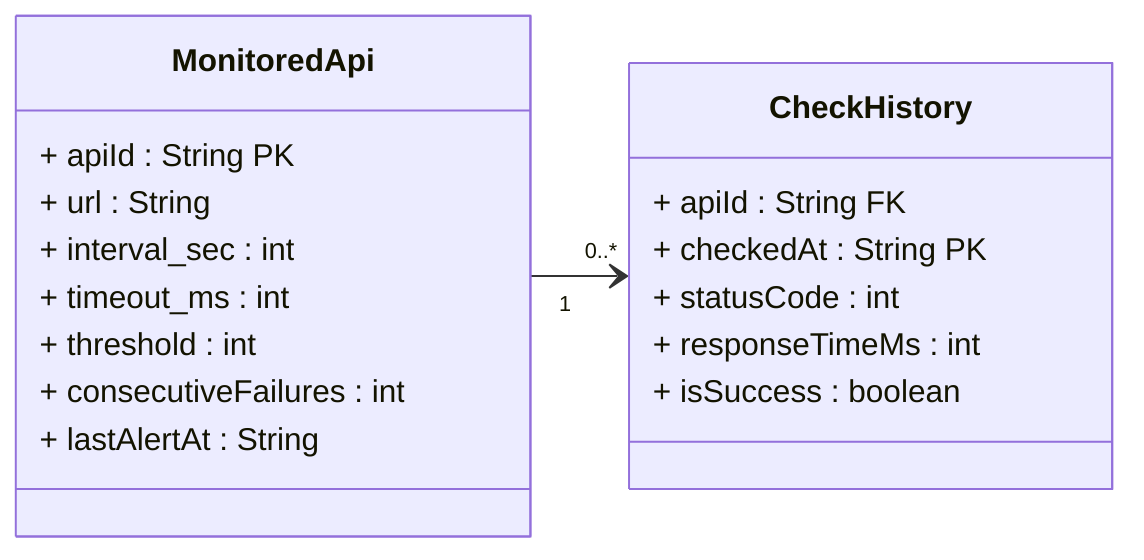
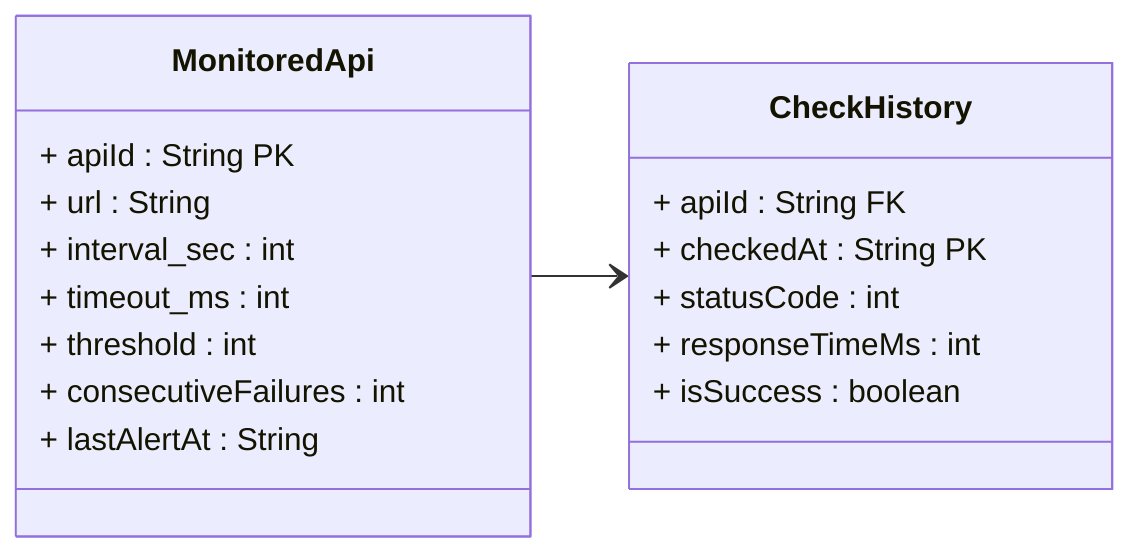
classDiagram
    direction LR

    class MonitoredApi {
        + apiId : String PK
        + url : String
        + interval_sec : int
        + timeout_ms : int
        + threshold : int
        + consecutiveFailures : int
        + lastAlertAt : String
    }
    class CheckHistory {
        + apiId : String FK
        + checkedAt : String PK
        + statusCode : int
        + responseTimeMs : int
        + isSuccess : boolean
    }

-     MonitoredApi "1" --> "0..*" CheckHistory
+     MonitoredApi --> CheckHistory
